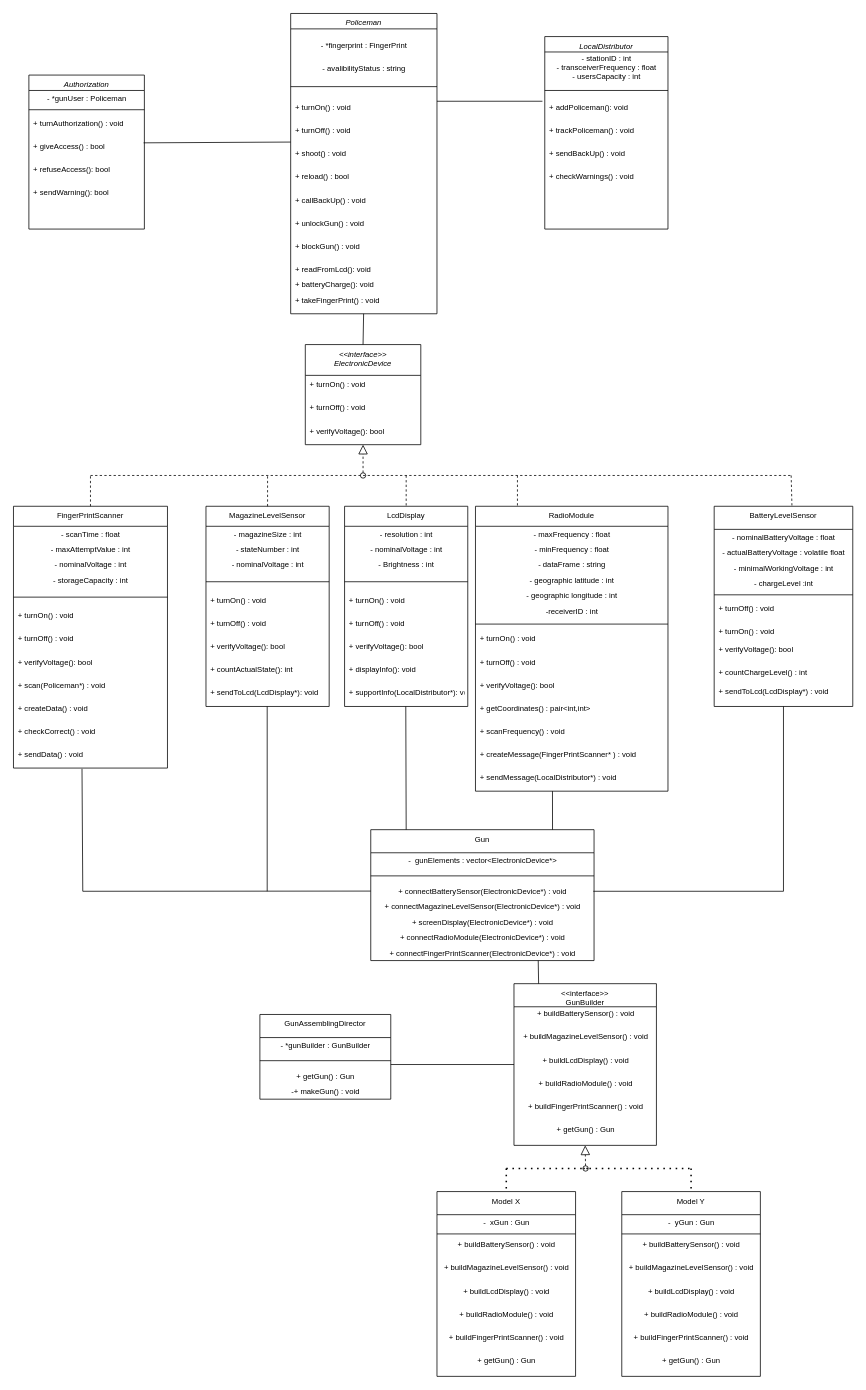
mardyr/UML-and-diagrams keeps this draw.io diagram as Untitled Diagram.drawio. Above is the earlier version. Source tidied: cells renumbered, new cells numbered last; positions are measured from the earlier drawing's top-left corner, leaving out a move shared by most shapes. Both pictures are drawn from the tidied source at 77%, with x=0, y=0 at pixel (13, 13).
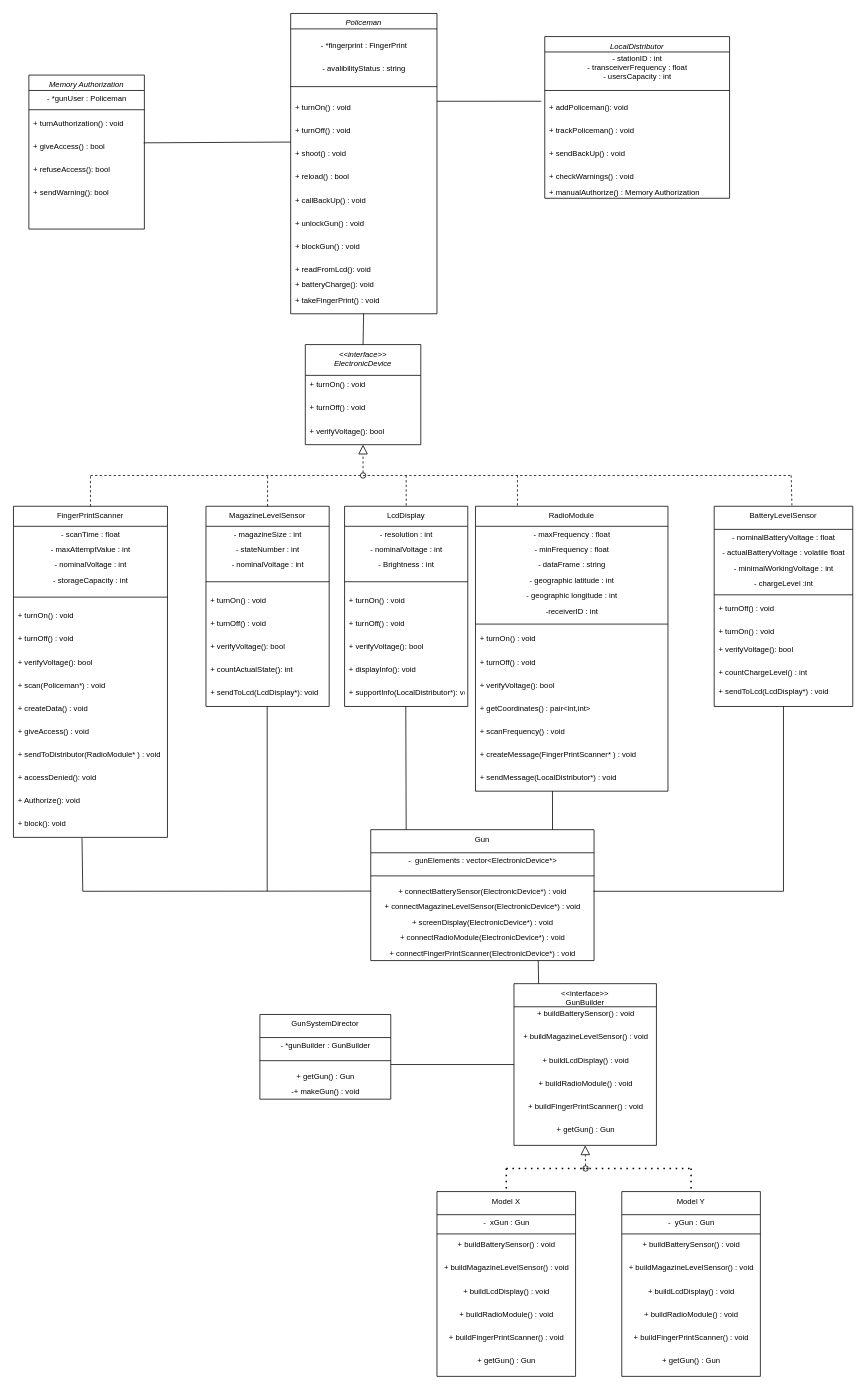
The same diagram, later.

Diff of the diagram source:
```diff
@@
     <mxCell id="52" value="FingerPrintScanner" style="swimlane;fontStyle=0;align=center;verticalAlign=top;horizontal=1;startSize=26;rounded=0;shadow=0;strokeWidth=1;fontSize=10;" parent="1" vertex="1">
-      <mxGeometry y="640" width="200" height="340" as="geometry" />
+      <mxGeometry y="640" width="200" height="430" as="geometry" />
     </mxCell>
@@
-    <mxCell id="63" value="+ checkCorrect() : void  &#10;" style="text;align=left;verticalAlign=top;spacingLeft=4;spacingRight=4;overflow=hidden;fontStyle=0;fontSize=10;" parent="52" vertex="1">
-      <mxGeometry y="280" width="200" height="30" as="geometry" />
-    </mxCell>
+    <mxCell id="156" value="+ giveAccess() : void  &#10;" style="text;align=left;verticalAlign=top;spacingLeft=4;spacingRight=4;overflow=hidden;fontStyle=0;fontSize=10;" parent="52" vertex="1">
+      <mxGeometry y="280" width="200" height="30" as="geometry" />
+    </mxCell>
+    <mxCell id="157" value="+ sendToDistributor(RadioModule* ) : void  &#10;" style="text;align=left;verticalAlign=top;spacingLeft=4;spacingRight=4;overflow=hidden;fontStyle=0;fontSize=10;" parent="52" vertex="1">
+      <mxGeometry y="310" width="200" height="30" as="geometry" />
+    </mxCell>
-    <mxCell id="64" value="+ sendData() : void  &#10;" style="text;align=left;verticalAlign=top;spacingLeft=4;spacingRight=4;overflow=hidden;points=[[0,0.5],[1,0.5]];portConstraint=eastwest;fontStyle=0;fontSize=10;" parent="52" vertex="1">
-      <mxGeometry y="310" width="200" height="30" as="geometry" />
+    <mxCell id="64" value="+ accessDenied(): void  &#10;&#10;&#10;" style="text;align=left;verticalAlign=top;spacingLeft=4;spacingRight=4;overflow=hidden;points=[[0,0.5],[1,0.5]];portConstraint=eastwest;fontStyle=0;fontSize=10;" parent="52" vertex="1">
+      <mxGeometry y="340" width="200" height="30" as="geometry" />
     </mxCell>
+    <mxCell id="158" value="+ Authorize(): void  &#10;&#10;&#10;" style="text;align=left;verticalAlign=top;spacingLeft=4;spacingRight=4;overflow=hidden;fontStyle=0;fontSize=10;" parent="52" vertex="1">
+      <mxGeometry y="370" width="200" height="30" as="geometry" />
+    </mxCell>
+    <mxCell id="159" value="+ block(): void  &#10;" style="text;align=left;verticalAlign=top;spacingLeft=4;spacingRight=4;overflow=hidden;points=[[0,0.5],[1,0.5]];portConstraint=eastwest;fontStyle=0;fontSize=10;" parent="52" vertex="1">
+      <mxGeometry y="400" width="200" height="30" as="geometry" />
+    </mxCell>
@@
-    <mxCell id="105" value="GunAssemblingDirector" style="swimlane;fontStyle=0;align=center;verticalAlign=top;horizontal=1;startSize=30;rounded=0;shadow=0;strokeWidth=1;fontSize=10;" parent="1" vertex="1">
+    <mxCell id="105" value="GunSystemDirector" style="swimlane;fontStyle=0;align=center;verticalAlign=top;horizontal=1;startSize=30;rounded=0;shadow=0;strokeWidth=1;fontSize=10;" parent="1" vertex="1">
       <mxGeometry x="320" y="1300" width="170" height="110" as="geometry" />
     </mxCell>
@@
-    <mxCell id="121" value="Authorization" style="swimlane;fontStyle=2;align=center;verticalAlign=top;horizontal=1;startSize=20;rounded=0;shadow=0;strokeWidth=1;fontSize=10;" parent="1" vertex="1">
+    <mxCell id="121" value="Memory Authorization" style="swimlane;fontStyle=2;align=center;verticalAlign=top;horizontal=1;startSize=20;rounded=0;shadow=0;strokeWidth=1;fontSize=10;" parent="1" vertex="1">
       <mxGeometry x="20" y="80" width="150" height="200" as="geometry" />
     </mxCell>
@@
-    <mxCell id="128" style="endArrow=none;html=1;fontSize=10;entryX=0.445;entryY=1.033;entryDx=0;entryDy=0;entryPerimeter=0;" parent="1" edge="1" target="64">
-      <mxGeometry relative="1" as="geometry">
-        <mxPoint x="90" y="1140" as="sourcePoint" />
-      </mxGeometry>
-    </mxCell>
@@
     <mxCell id="149" value="LocalDistributor" style="swimlane;fontStyle=2;align=center;verticalAlign=top;horizontal=1;startSize=20;rounded=0;shadow=0;strokeWidth=1;fontSize=10;" parent="1" vertex="1">
-      <mxGeometry x="690" y="30" width="160" height="250" as="geometry" />
+      <mxGeometry x="690" y="30" width="240" height="210" as="geometry" />
     </mxCell>
     <mxCell id="150" value="&lt;div&gt;- stationID : int&lt;/div&gt;&lt;div&gt;- transceiverFrequency : float&lt;/div&gt;&lt;div&gt;- usersCapacity : int&lt;br&gt;&lt;/div&gt;" style="text;html=1;align=center;verticalAlign=middle;fontSize=10;" parent="149" vertex="1">
-      <mxGeometry y="20" width="160" height="40" as="geometry" />
+      <mxGeometry y="20" width="240" height="40" as="geometry" />
     </mxCell>
     <mxCell id="151" style="line;html=1;strokeWidth=1;align=left;verticalAlign=middle;spacingTop=-1;spacingLeft=3;spacingRight=3;labelPosition=right;fontSize=10;" parent="149" vertex="1">
-      <mxGeometry y="60" width="160" height="20" as="geometry" />
+      <mxGeometry y="60" width="240" height="20" as="geometry" />
     </mxCell>
     <mxCell id="152" value="+ addPoliceman(): void&#10;" style="text;align=left;verticalAlign=top;spacingLeft=4;spacingRight=4;overflow=hidden;points=[[0,0.5],[1,0.5]];portConstraint=eastwest;fontStyle=0;fontSize=10;" parent="149" vertex="1">
-      <mxGeometry y="80" width="160" height="30" as="geometry" />
+      <mxGeometry y="80" width="240" height="30" as="geometry" />
     </mxCell>
     <mxCell id="153" value="+ trackPoliceman() : void&#10;" style="text;align=left;verticalAlign=top;spacingLeft=4;spacingRight=4;overflow=hidden;fontStyle=0;fontSize=10;" parent="149" vertex="1">
-      <mxGeometry y="110" width="160" height="30" as="geometry" />
+      <mxGeometry y="110" width="240" height="30" as="geometry" />
     </mxCell>
     <mxCell id="154" value="+ sendBackUp() : void&#10;" style="text;align=left;verticalAlign=top;spacingLeft=4;spacingRight=4;overflow=hidden;fontStyle=0;fontSize=10;" parent="149" vertex="1">
-      <mxGeometry y="140" width="160" height="30" as="geometry" />
+      <mxGeometry y="140" width="240" height="30" as="geometry" />
     </mxCell>
     <mxCell id="155" value="+ checkWarnings() : void&#10;" style="text;align=left;verticalAlign=top;spacingLeft=4;spacingRight=4;overflow=hidden;fontStyle=0;fontSize=10;" parent="149" vertex="1">
-      <mxGeometry y="170" width="160" height="20" as="geometry" />
+      <mxGeometry y="170" width="240" height="20" as="geometry" />
     </mxCell>
+    <mxCell id="160" value="+ manualAuthorize() : Memory Authorization&#10;" style="text;align=left;verticalAlign=top;spacingLeft=4;spacingRight=4;overflow=hidden;fontStyle=0;fontSize=10;" parent="149" vertex="1">
+      <mxGeometry y="190" width="240" height="20" as="geometry" />
+    </mxCell>
+    <mxCell id="161" style="endArrow=none;html=1;fontSize=10;entryX=0.445;entryY=1.033;entryDx=0;entryDy=0;entryPerimeter=0;" parent="1" edge="1" target="159">
+      <mxGeometry relative="1" as="geometry">
+        <mxPoint x="90" y="1140" as="sourcePoint" />
+      </mxGeometry>
+    </mxCell>
```
